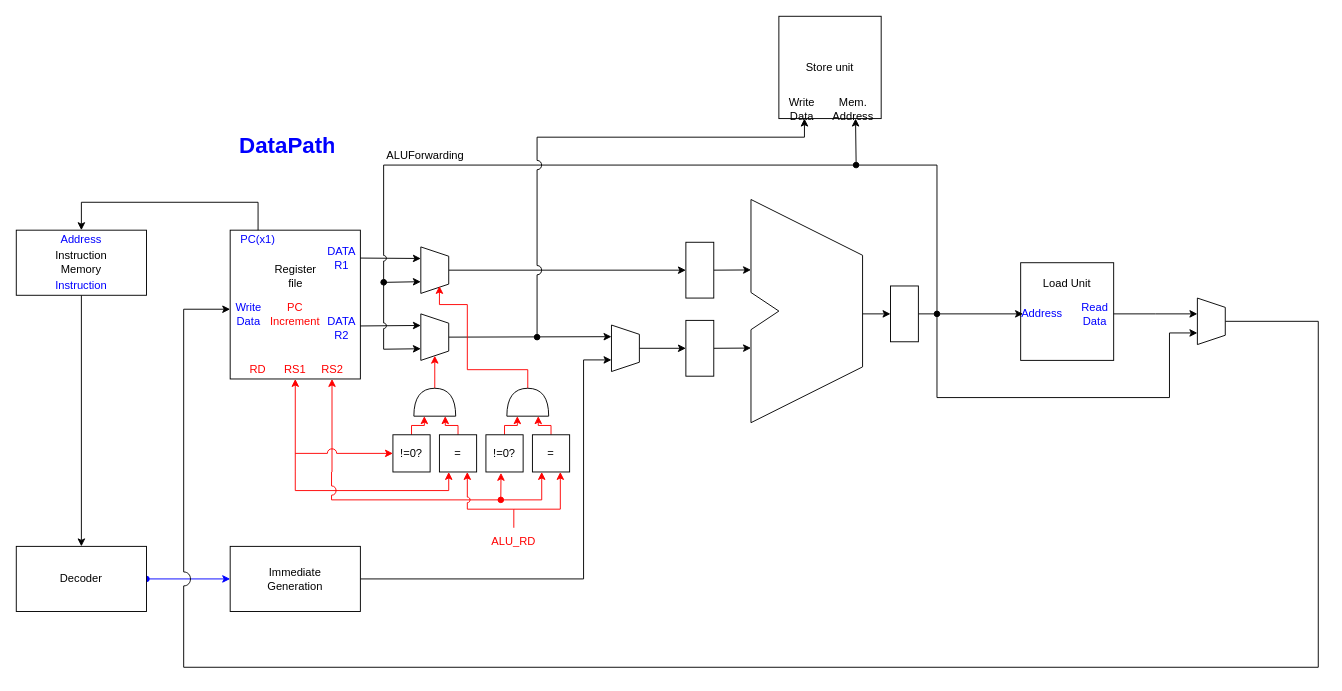
Above: page "DataPath" (1 of 2) of Circuit_Drawings/DataPath.drawio in Kaveesha-98/065-538-720-GNC (draw.io), before the change. Source tidied: cells renumbered, new cells numbered last; positions are measured from the earlier drawing's top-left corner, leaving out a move shared by most shapes. Both pictures are drawn from the tidied source at 93%, with x=0, y=0 at pixel (16, 16).
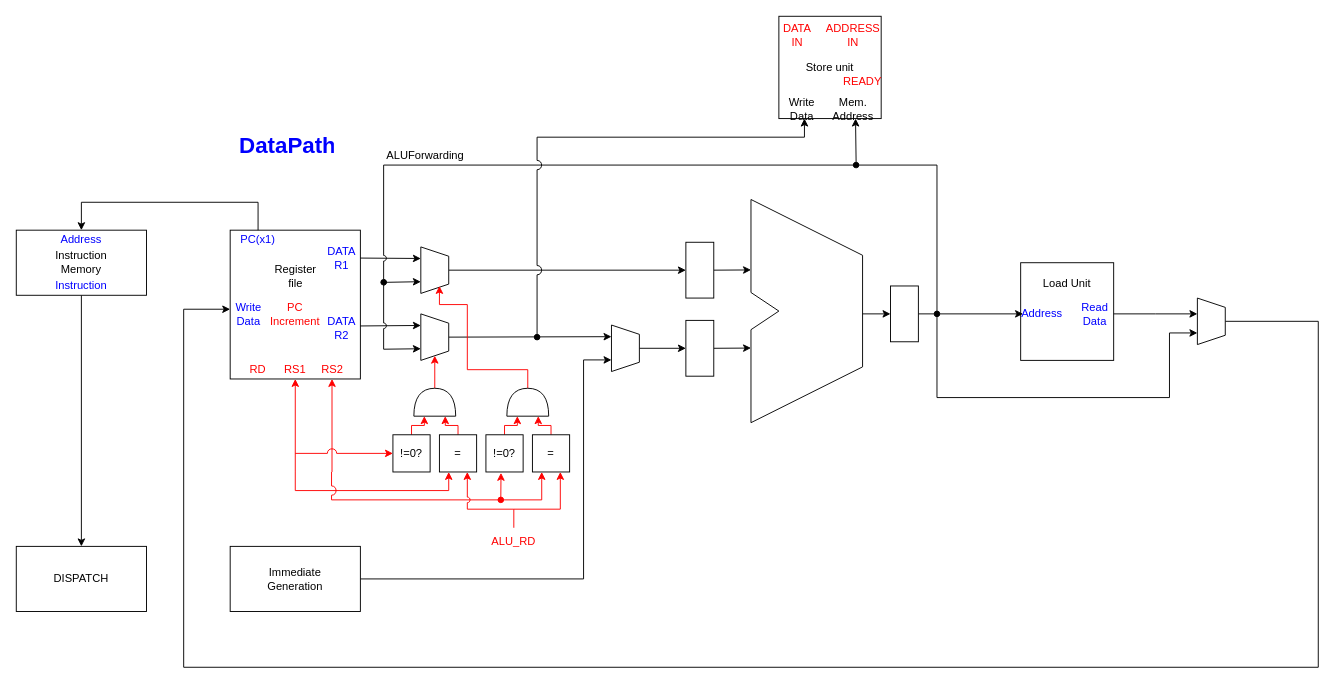
The same page after the edit.

The change refers to these unchanged cells:
```xml
<mxCell id="8" style="rounded=0;whiteSpace=wrap;html=1;" parent="1" vertex="1">
  <mxGeometry y="570" width="140" height="70" as="geometry" />
</mxCell>
<mxCell id="27" style="rounded=0;whiteSpace=wrap;html=1;" parent="1" vertex="1">
  <mxGeometry x="230" y="570" width="140" height="70" as="geometry" />
</mxCell>
```

Diff of the diagram source:
```diff
@@
-    <mxCell id="7" style="edgeStyle=none;rounded=0;jumpStyle=arc;jumpSize=100;jettySize=auto;html=1;exitX=1;exitY=0.5;exitDx=0;exitDy=0;fontColor=#0000FF;startArrow=oval;startFill=1;endArrow=classic;endFill=1;strokeColor=#0000FF;entryX=0;entryY=0.5;entryDx=0;entryDy=0;" parent="1" edge="1" source="8" target="27">
-      <mxGeometry relative="1" as="geometry" />
-    </mxCell>
@@
-    <mxCell id="9" value="Decoder" style="text;html=1;strokeColor=none;fillColor=none;align=center;verticalAlign=middle;whiteSpace=wrap;rounded=0;" parent="1" vertex="1">
+    <mxCell id="9" value="&lt;div&gt;DISPATCH&lt;br&gt;&lt;/div&gt;" style="text;html=1;strokeColor=none;fillColor=none;align=center;verticalAlign=middle;whiteSpace=wrap;rounded=0;" parent="1" vertex="1">
       <mxGeometry x="35" y="595" width="70" height="20" as="geometry" />
     </mxCell>
@@
+    <mxCell id="79" value="&lt;div&gt;&lt;font color=&quot;#FF0000&quot;&gt;DATA&lt;/font&gt;&lt;/div&gt;&lt;div&gt;&lt;font color=&quot;#FF0000&quot;&gt;IN&lt;/font&gt;&lt;br&gt;&lt;/div&gt;" style="text;html=1;strokeColor=none;fillColor=none;align=center;verticalAlign=middle;whiteSpace=wrap;rounded=0;startSize=0;" parent="1" vertex="1">
+      <mxGeometry x="820" y="10" width="40" height="20" as="geometry" />
+    </mxCell>
+    <mxCell id="80" value="&lt;font color=&quot;#FF0000&quot;&gt;ADDRESS&lt;/font&gt;&lt;div&gt;&lt;font color=&quot;#FF0000&quot;&gt;IN&lt;/font&gt;&lt;br&gt;&lt;/div&gt;" style="text;html=1;strokeColor=none;fillColor=none;align=center;verticalAlign=middle;whiteSpace=wrap;rounded=0;startSize=0;" parent="1" vertex="1">
+      <mxGeometry x="880" y="10" width="40" height="20" as="geometry" />
+    </mxCell>
+    <mxCell id="81" value="&lt;font color=&quot;#FF0000&quot;&gt;READY&lt;/font&gt;" style="text;html=1;strokeColor=none;fillColor=none;align=center;verticalAlign=middle;whiteSpace=wrap;rounded=0;startSize=0;" parent="1" vertex="1">
+      <mxGeometry x="890" y="60" width="40" height="20" as="geometry" />
+    </mxCell>
```
